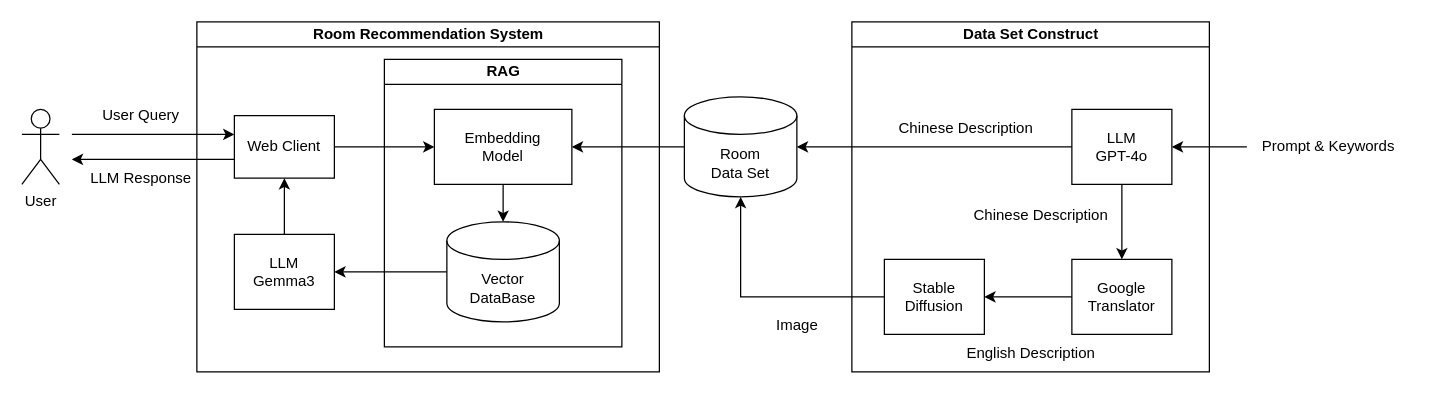
Earlier version of the draw.io diagram Room.drawio (ZavierHuang/Room-Type-Recommendation-System). Source tidied: cells renumbered, new cells numbered last; positions are measured from the earlier drawing's top-left corner, leaving out a move shared by most shapes. Both pictures are drawn from the tidied source at 125%, with x=0, y=0 at pixel (21, 21).
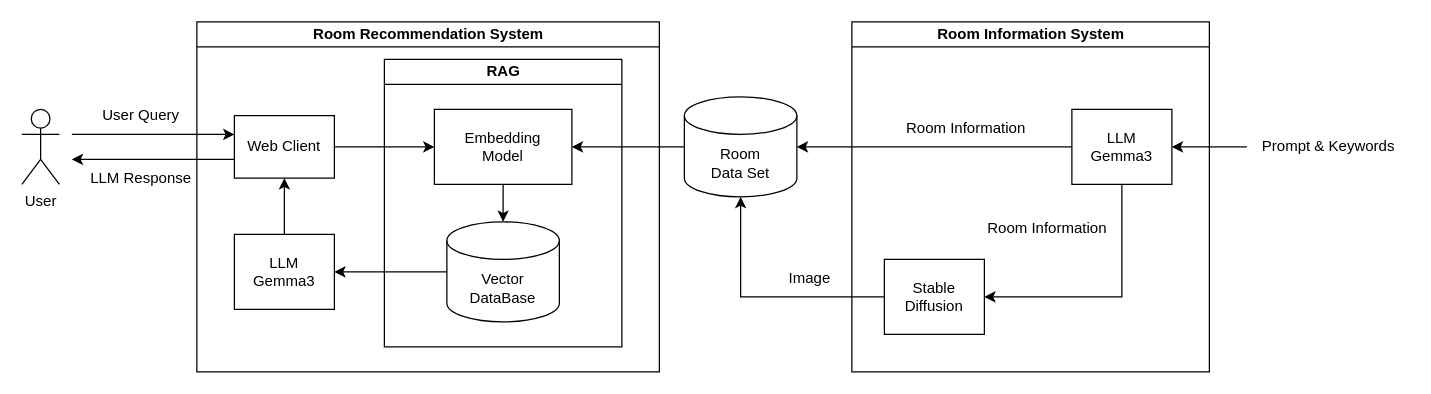
The same page after the edit.

The change refers to these unchanged cells:
```xml
<mxCell id="26" value="Stable&lt;div&gt;Diffusion&lt;/div&gt;" style="rounded=0;whiteSpace=wrap;html=1;" parent="19" vertex="1">
  <mxGeometry x="26" y="190" width="80" height="60" as="geometry" />
</mxCell>
```

Diff of the diagram source:
```diff
@@
-    <mxCell id="19" value="Data Set Construct" style="swimlane;html=1;startSize=20;horizontal=1;containerType=tree;glass=0;" parent="1" vertex="1">
+    <mxCell id="19" value="Room Information System" style="swimlane;html=1;startSize=20;horizontal=1;containerType=tree;glass=0;" parent="1" vertex="1">
       <mxGeometry x="664" width="286" height="280" as="geometry" />
     </mxCell>
-    <mxCell id="20" style="edgeStyle=orthogonalEdgeStyle;rounded=0;jettySize=auto;html=1;exitX=0;exitY=0.5;exitDx=0;exitDy=0;entryX=1;entryY=0.5;entryDx=0;entryDy=0;" parent="19" edge="1" source="21" target="26">
-      <mxGeometry relative="1" as="geometry" />
-    </mxCell>
-    <mxCell id="21" value="&lt;span style=&quot;font-size: 12px;&quot;&gt;Google&lt;/span&gt;&lt;div&gt;&lt;span style=&quot;font-size: 12px;&quot;&gt;Translator&lt;/span&gt;&lt;/div&gt;" style="rounded=0;whiteSpace=wrap;html=1;" parent="19" vertex="1">
-      <mxGeometry x="176" y="190" width="80" height="60" as="geometry" />
-    </mxCell>
-    <mxCell id="22" style="edgeStyle=orthogonalEdgeStyle;rounded=0;jettySize=auto;html=1;exitX=0.5;exitY=1;exitDx=0;exitDy=0;" parent="19" edge="1" source="23" target="21">
-      <mxGeometry relative="1" as="geometry" />
-    </mxCell>
+    <mxCell id="33" style="edgeStyle=orthogonalEdgeStyle;rounded=0;jettySize=auto;html=1;exitX=0.5;exitY=1;exitDx=0;exitDy=0;entryX=1;entryY=0.5;entryDx=0;entryDy=0;" parent="19" edge="1" source="23" target="26">
+      <mxGeometry relative="1" as="geometry" />
+    </mxCell>
-    <mxCell id="23" value="LLM&lt;div&gt;GPT-4o&lt;/div&gt;" style="rounded=0;whiteSpace=wrap;html=1;" parent="19" vertex="1">
+    <mxCell id="23" value="LLM&lt;div&gt;Gemma3&lt;/div&gt;" style="rounded=0;whiteSpace=wrap;html=1;" parent="19" vertex="1">
       <mxGeometry x="176" y="70" width="80" height="60" as="geometry" />
     </mxCell>
-    <mxCell id="24" value="Chinese Description" style="text;html=1;align=center;verticalAlign=middle;strokeColor=none;fillColor=none;" parent="19" vertex="1">
-      <mxGeometry x="26" y="70" width="130" height="30" as="geometry" />
+    <mxCell id="24" value="Room Information" style="text;html=1;align=center;verticalAlign=middle;strokeColor=none;fillColor=none;" parent="19" vertex="1">
+      <mxGeometry x="31" y="70" width="120" height="30" as="geometry" />
     </mxCell>
-    <mxCell id="25" value="Chinese Description" style="text;html=1;align=center;verticalAlign=middle;strokeColor=none;fillColor=none;" parent="19" vertex="1">
-      <mxGeometry x="86" y="140" width="130" height="30" as="geometry" />
-    </mxCell>
@@
-    <mxCell id="27" value="English Description" style="text;html=1;align=center;verticalAlign=middle;strokeColor=none;fillColor=none;" parent="19" vertex="1">
-      <mxGeometry x="78" y="250" width="130" height="30" as="geometry" />
-    </mxCell>
+    <mxCell id="34" value="Room Information" style="text;html=1;align=center;verticalAlign=middle;strokeColor=none;fillColor=none;" parent="19" vertex="1">
+      <mxGeometry x="96" y="150" width="120" height="30" as="geometry" />
+    </mxCell>
@@
     <mxCell id="30" value="Image" style="text;html=1;align=center;verticalAlign=middle;strokeColor=none;fillColor=none;" parent="1" vertex="1">
-      <mxGeometry x="590" y="228" width="60" height="30" as="geometry" />
+      <mxGeometry x="600" y="190" width="60" height="30" as="geometry" />
     </mxCell>
```
